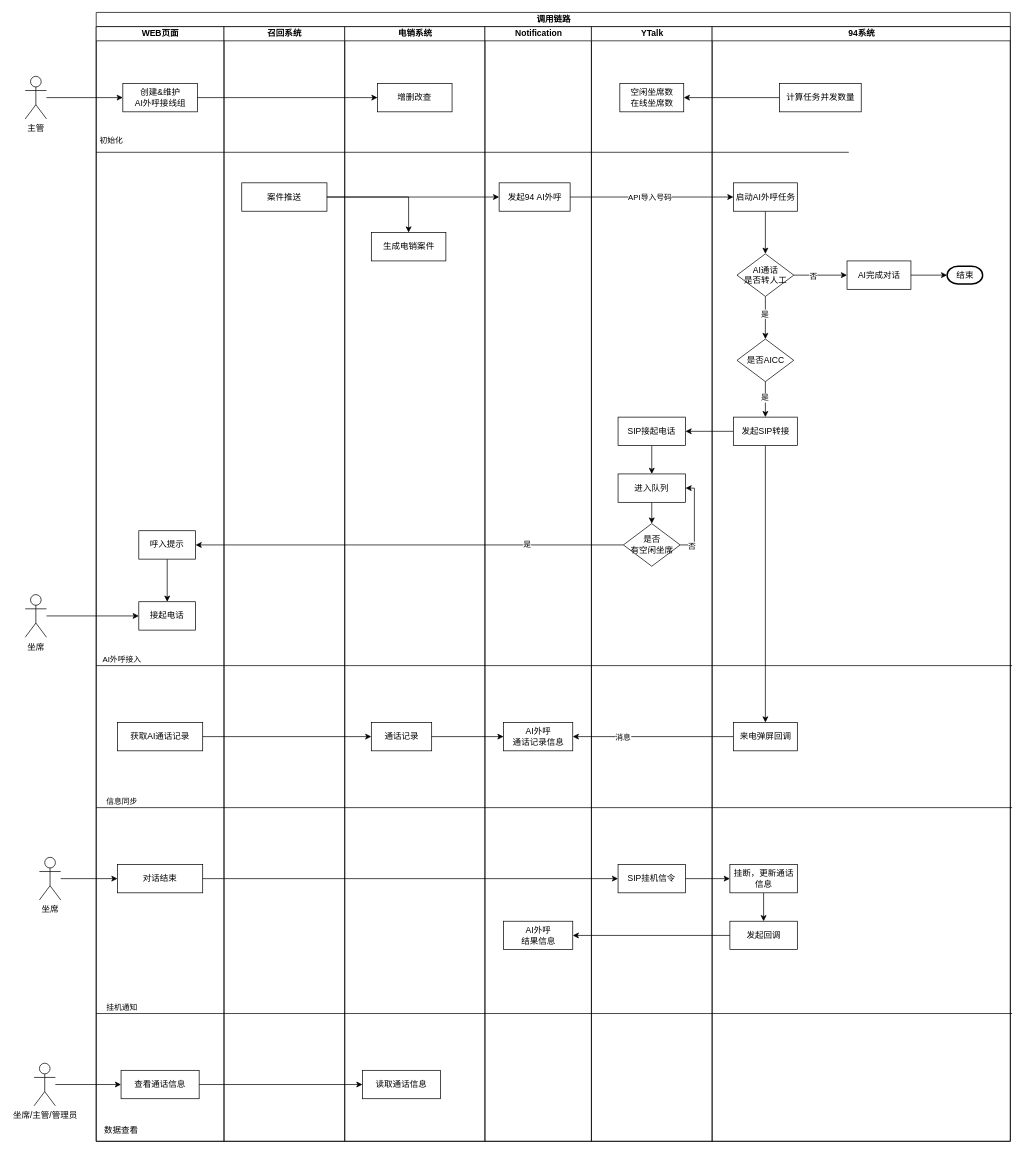
Earlier version of the draw.io diagram page "调用链路" (2 of 3) of 人机耦合设计.drawio (ABIN-DS/flowchart). Source tidied: cells renumbered, new cells numbered last; positions are measured from the earlier drawing's top-left corner, leaving out a move shared by most shapes. Both pictures are drawn from the tidied source at 71%, with x=0, y=0 at pixel (25, 12).
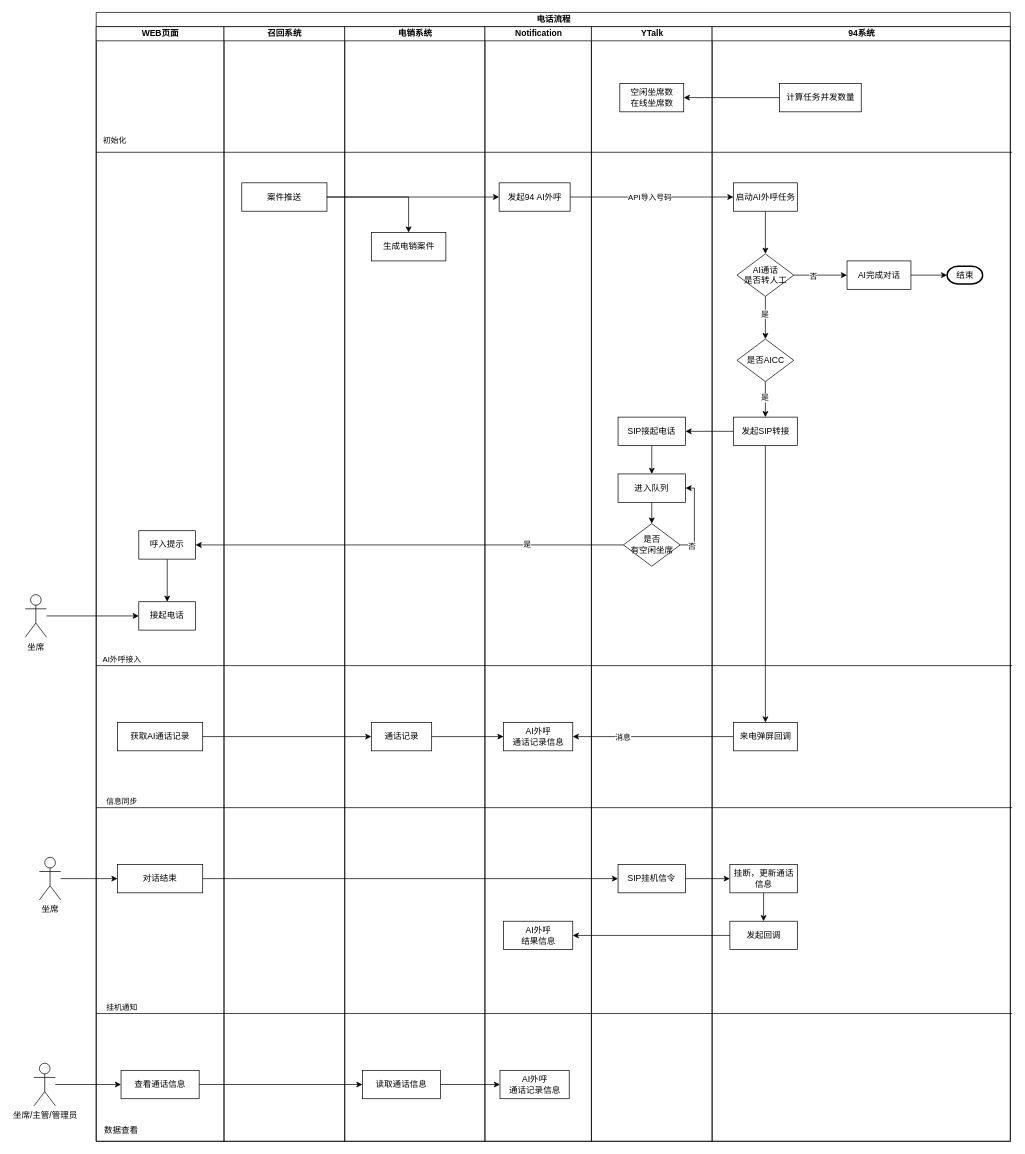
Above is the later version.

Commit message:
更新人机耦合设计.drawio

The change refers to these unchanged cells:
```xml
<mxCell id="3" value="WEB页面" style="swimlane;startSize=20;html=1;fontSize=12;" parent="2" vertex="1">
  <mxGeometry y="20" width="180" height="1570" as="geometry" />
</mxCell>
<mxCell id="18" value="电销系统" style="swimlane;startSize=20;html=1;fontSize=12;" parent="2" vertex="1">
  <mxGeometry x="350" y="20" width="197.5" height="1570" as="geometry" />
</mxCell>
<mxCell id="21" value="读取通话信息" style="rounded=0;whiteSpace=wrap;html=1;" parent="18" vertex="1">
  <mxGeometry x="25" y="1470" width="110" height="40" as="geometry" />
</mxCell>
<mxCell id="24" value="Notification" style="swimlane;startSize=20;html=1;fontSize=12;" parent="2" vertex="1">
  <mxGeometry x="547.5" y="20" width="150" height="1570" as="geometry" />
</mxCell>
```

Diff of the diagram source:
```diff
@@
-    <mxCell id="2" value="调用链路" style="swimlane;startSize=20;html=1;" parent="1" vertex="1">
+    <mxCell id="2" value="电话流程" style="swimlane;startSize=20;html=1;" parent="1" vertex="1">
       <mxGeometry x="100" width="1287.5" height="1590" as="geometry" />
     </mxCell>
@@
     <mxCell id="6" style="endArrow=none;html=1;rounded=0;" parent="3" edge="1">
       <mxGeometry relative="1" as="geometry">
         <mxPoint y="177" as="sourcePoint" />
-        <mxPoint x="1060" y="177" as="targetPoint" />
+        <mxPoint x="1290" y="177" as="targetPoint" />
       </mxGeometry>
     </mxCell>
@@
-    <mxCell id="13" value="创建&amp;amp;维护&lt;br style=&quot;border-color: var(--border-color);&quot;&gt;AI外呼接线组" style="rounded=0;whiteSpace=wrap;html=1;" parent="3" vertex="1">
-      <mxGeometry x="37.5" y="80" width="105" height="40" as="geometry" />
-    </mxCell>
@@
-    <mxCell id="20" value="增删改查" style="rounded=0;whiteSpace=wrap;html=1;" parent="18" vertex="1">
-      <mxGeometry x="46.2" y="80" width="105" height="40" as="geometry" />
-    </mxCell>
@@
-    <mxCell id="23" style="edgeStyle=orthogonalEdgeStyle;rounded=0;jettySize=auto;html=1;entryX=0;entryY=0.5;entryDx=0;entryDy=0;" parent="2" edge="1" source="13" target="20">
-      <mxGeometry relative="1" as="geometry" />
-    </mxCell>
@@
+    <mxCell id="87" value="AI外呼&lt;br&gt;通话记录信息" style="rounded=0;whiteSpace=wrap;html=1;" parent="24" vertex="1">
+      <mxGeometry x="21.2" y="1470" width="97.5" height="40" as="geometry" />
+    </mxCell>
@@
+    <mxCell id="88" style="edgeStyle=orthogonalEdgeStyle;rounded=0;jettySize=auto;html=1;entryX=0;entryY=0.5;entryDx=0;entryDy=0;" parent="2" edge="1" source="21" target="87">
+      <mxGeometry relative="1" as="geometry" />
+    </mxCell>
@@
-    <mxCell id="83" style="edgeStyle=orthogonalEdgeStyle;rounded=0;jettySize=auto;html=1;entryX=0;entryY=0.5;entryDx=0;entryDy=0;" parent="1" edge="1" source="84" target="13">
-      <mxGeometry relative="1" as="geometry" />
-    </mxCell>
-    <mxCell id="84" value="主管" style="shape=umlActor;verticalLabelPosition=bottom;verticalAlign=top;html=1;outlineConnect=0;" parent="1" vertex="1">
-      <mxGeometry y="90" width="30" height="60" as="geometry" />
-    </mxCell>
```
